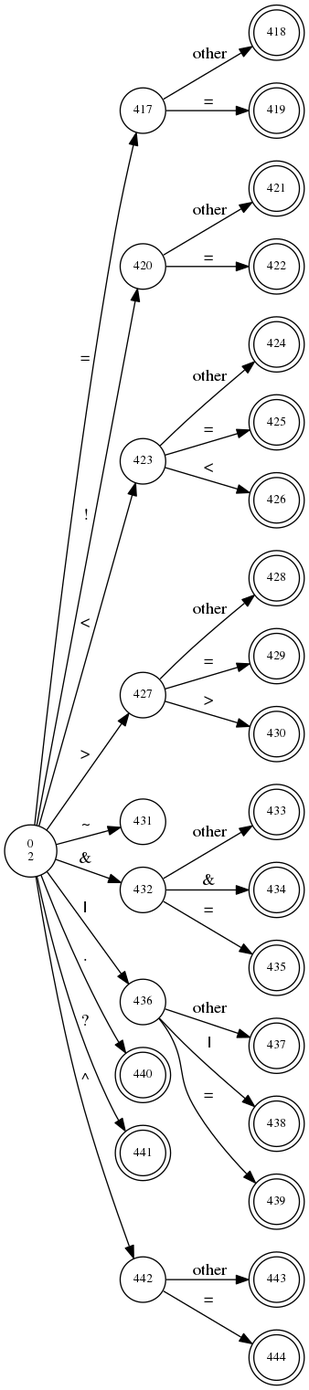
The Graphviz diagram doc/DFA/scaner.png in gmftbyGMFTBY/CCompilerInPython, before a commit. Its source is kept beside it as doc/DFA/scaner.gv. Source of this version:
```dot
digraph finit_state_machine {
    rankdir=LR;
    size="50,50";

    node [shape = circle, label = "0\n2", fontsize = 10]; 0;
    /*
    node [shape = circle, label = "1", fontsize = 10]; 1;
    node [shape = circle, label = "2", fontsize = 10]; 2;
    node [shape = circle, label = "3", fontsize = 10]; 3;
    node [shape = circle, label = "4", fontsize = 10]; 4;
    node [shape = circle, label = "5", fontsize = 10]; 5;
    node [shape = circle, label = "6", fontsize = 10]; 6;
    node [shape = doublecircle, label = "const_n", fontsize = 10]; 7;
    node [shape = circle, label = "8", fontsize = 10]; 8;
    node [shape = circle, label = "9", fontsize = 10]; 9;
    node [shape = circle, label = "10", fontsize = 10]; 10;
    node [shape = circle, label = "11", fontsize = 10]; 11;

    node [shape = circle, label = "12", fontsize = 10]; 12;
    node [shape = circle, label = "13", fontsize = 10]; 13;
    node [shape = doublecircle, label = "const_s", fontsize = 10]; 14;
    node [shape = circle, label = "15", fontsize = 10]; 15;
    node [shape = circle, label = "16", fontsize = 10]; 16;
    node [shape = doublecircle, label = "const_s", fontsize = 10]; 17
    */

    /*
    node [shape = doublecircle, label = "separate", fontsize = 10]; 200;  // ,
    */

    /*
    node [shape = circle, label = "400", fontsize = 10]; 400;       // +, ++, +=
    node [shape = doublecircle, label = "401", fontsize = 10]; 401;       // +
    node [shape = doublecircle, label = "402", fontsize = 10]; 402;       // ++
    node [shape = doublecircle, label = "403", fontsize = 10]; 403;       // +=

    node [shape = circle, label = "404", fontsize = 10]; 404;       // -, --, -=, ->
    node [shape = doublecircle, label = "405", fontsize = 10]; 405;       // -
    node [shape = doublecircle, label = "406", fontsize = 10]; 406;       // --
    node [shape = doublecircle, label = "407", fontsize = 10]; 407;       // -=

    node [shape = circle, label = "408", fontsize = 10]; 408;       // *, *=
    node [shape = doublecircle, label = "409", fontsize = 10]; 409;       // *
    node [shape = doublecircle, label = "410", fontsize = 10]; 410;       // *=

    node [shape = circle, label = "411", fontsize = 10]; 411;       // /, /=
    node [shape = doublecircle, label = "412", fontsize = 10]; 412;       // /
    node [shape = doublecircle, label = "413", fontsize = 10]; 413;       // /=

    node [shape = circle, label = "414", fontsize = 10]; 414;       // %, %=
    node [shape = doublecircle, label = "415", fontsize = 10]; 415;       // %
    node [shape = doublecircle, label = "416", fontsize = 10]; 416;       // %=
    */

    node [shape = circle, label = "417", fontsize = 10]; 417;       // =, ==
    node [shape = doublecircle, label = "418", fontsize = 10]; 418;       // =
    node [shape = doublecircle, label = "419", fontsize = 10]; 419;       // ==

    node [shape = circle, label = "420", fontsize = 10]; 420;       // !, !=
    node [shape = doublecircle, label = "421", fontsize = 10]; 421;       // !
    node [shape = doublecircle, label = "422", fontsize = 10]; 422;       // !=

    node [shape = circle, label = "423", fontsize = 10]; 423;       // <, <=, <<
    node [shape = doublecircle, label = "424", fontsize = 10]; 424;       // <
    node [shape = doublecircle, label = "425", fontsize = 10]; 425;       // <=
    node [shape = doublecircle, label = "426", fontsize = 10]; 426;       // <<

    node [shape = circle, label = "427", fontsize = 10]; 427;       // >, >=, >>
    node [shape = doublecircle, label = "428", fontsize = 10]; 428;       // >
    node [shape = doublecircle, label = "429", fontsize = 10]; 429;       // >=
    node [shape = doublecircle, label = "430", fontsize = 10]; 430;       // >>

    node [shape = circle, label = "431", fontsize = 10]; 431;       // ~

    node [shape = circle, label = "432", fontsize = 10]; 432;       // &, &&, &=
    node [shape = doublecircle, label = "433", fontsize = 10]; 433;       // &
    node [shape = doublecircle, label = "434", fontsize = 10]; 434;       // &&
    node [shape = doublecircle, label = "435", fontsize = 10]; 435;       // &=

    node [shape = circle, label = "436", fontsize = 10]; 436;       // |, ||, |=
    node [shape = doublecircle, label = "437", fontsize = 10]; 437;       // |
    node [shape = doublecircle, label = "438", fontsize = 10]; 438;       // ||
    node [shape = doublecircle, label = "439", fontsize = 10]; 439;       // |=

    node [shape = doublecircle, label = "440", fontsize = 10]; 440;       // .
    node [shape = doublecircle, label = "441", fontsize = 10]; 441;       // ?

    node [shape = circle, label = "442", fontsize = 10]; 442;       // ^, ^=
    node [shape = doublecircle, label = "443", fontsize = 10]; 443;       // ^
    node [shape = doublecircle, label = "444", fontsize = 10]; 444;       // ^=


    /*
    0       ->      400     [label="+"];
    400     ->      401     [label="other"];
    400     ->      402     [label="+"];
    400     ->      403     [label="="];
    0       ->      404     [label="-"];
    404     ->      405     [label="other"];
    404     ->      406     [label="-"];
    404     ->      407     [label="="];
    404     ->      445     [label=">"];
    0       ->      408     [label="*"];
    408     ->      409     [label="other"];
    408     ->      410     [label="="];
    0       ->      411     [label="/"];
    411     ->      412     [label="other"];
    411     ->      413     [label="="];
    0       ->      414     [label="%"];
    414     ->      415     [label="other"];
    414     ->      416     [label="="];
    */
    0       ->      417     [label="="];
    417     ->      418     [label="other"];
    417     ->      419     [label="="];
    0       ->      420     [label="!"];
    420     ->      421     [label="other"];
    420     ->      422     [label="="];
    0       ->      423     [label="<"];
    423     ->      424     [label="other"];
    423     ->      425     [label="="];
    423     ->      426     [label="<"];
    0       ->      427     [label=">"];
    427     ->      428     [label="other"];
    427     ->      429     [label="="];
    427     ->      430     [label=">"];
    0       ->      431     [label="~"];
    0       ->      432     [label="&"];
    432     ->      433     [label="other"];
    432     ->      434     [label="&"];
    432     ->      435     [label="="];
    0       ->      436     [label="|"];
    436     ->      437     [label="other"];
    436     ->      438     [label="|"];
    436     ->      439     [label="="];
    0       ->      440     [label="."];
    0       ->      441     [label="?"];
    0       ->      442     [label="^"];
    442     ->      443     [label="other"];
    442     ->      444     [label="="];

    /*
    node [shape = circle, label = "600", fontsize = 10]; 600;
    node [shape = doublecircle, label = "identifier", fontsize = 10]; 601;             //

    0       ->      600      [label="character,_"];
    600     ->      600      [label="character,digit,_"];
    600     ->      601      [label="other"];
    */

    /*
    0       ->      1       [label="not 0"];
    0       ->      8       [label="0"];
    1       ->      1       [label="digit"];
    1       ->      2       [label="."];
    1       ->      4       [label="e/E"];
    1       ->      7       [label="other_1"];
    2       ->      3       [label="digit"];
    2       ->      7       [label="digit"];
    3       ->      3       [label="digit"];
    3       ->      7       [label="other_1"];
    3       ->      4       [label="e/E"];
    4       ->      6       [label="digit"];
    4       ->      5       [label="+/-"];
    4       ->      7       [label="other_1"];
    5       ->      6       [label="digit"];
    6       ->      6       [label="digit"];
    6       ->      7       [label="other_1"];
    8       ->      1       [label="8,9"];
    8       ->      9       [label="0~7"];
    8       ->      10      [label="xX"];
    8       ->      7       [label="other_1"];
    8       ->      2       [label="."]
    9       ->      9       [label="0~7"];
    9       ->      1       [label="8,9"];
    9       ->      7       [label="other_1"];
    9       ->      2       [label="."];
    10      ->      11      [label="0~9A~Fa~f"];
    11      ->      11      [label="0~9A~Fa~f"];
    11      ->      7       [label="other_1"];

    0       ->      12      [label="s'"];
    12      ->      12      [label="not\nots'"];
    12      ->      13      [label="\\"];
    12      ->      14      [label="s'"]
    13      ->      12      [label="char"];

    0       ->      15      [label="s\""];
    15      ->      15      [label="not\nots\""];
    15      ->      16      [label="\\"];
    15      ->      17      [label="s\""];
    16      ->      15      [label="char"];

    0       ->      200    [label=",;white_space:.()[]{}"];
    */
}
```
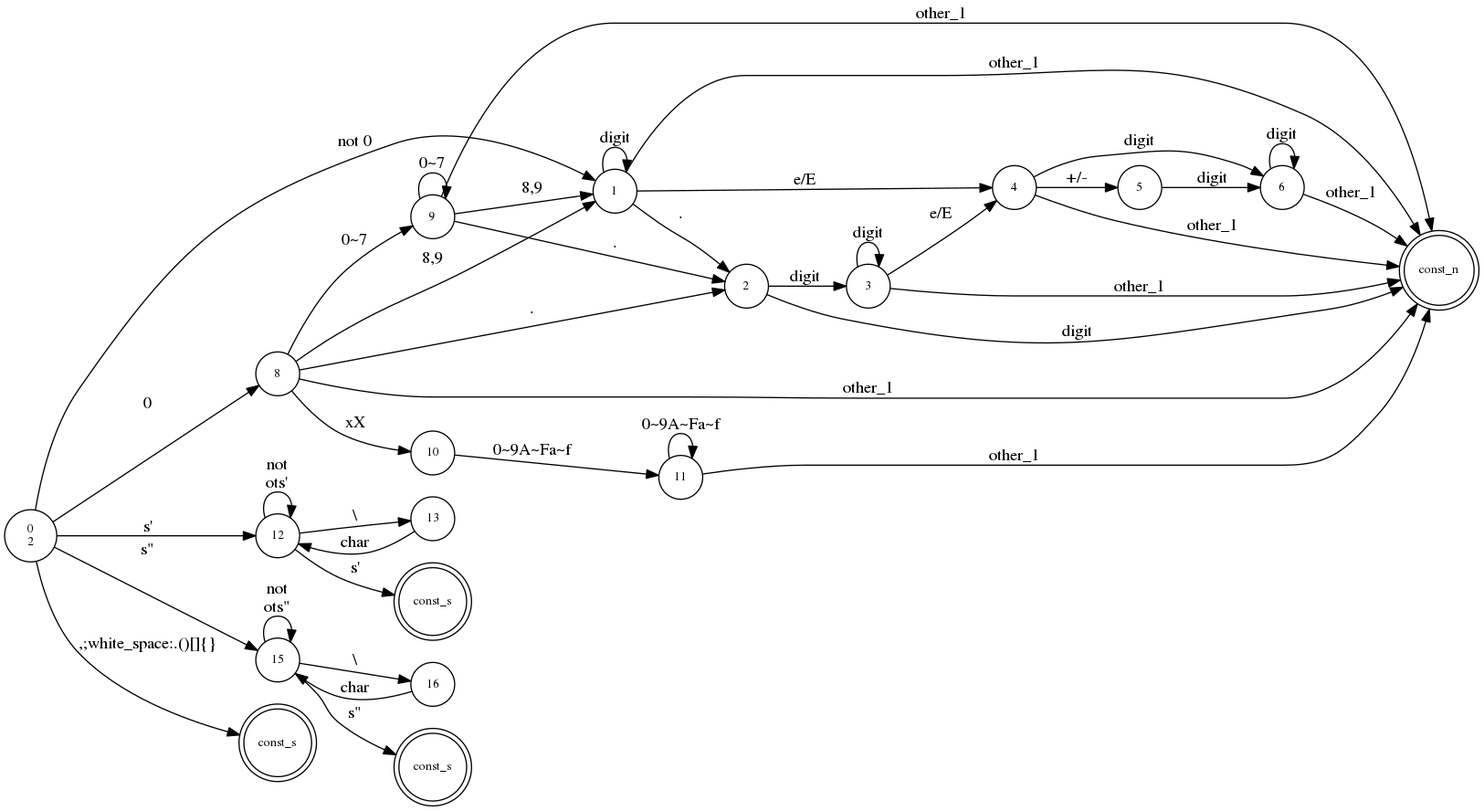
After the change.

Change to the diagram source:
```diff
@@ -3,7 +3,6 @@
     size="50,50";
 
     node [shape = circle, label = "0\n2", fontsize = 10]; 0;
-    /*
     node [shape = circle, label = "1", fontsize = 10]; 1;
     node [shape = circle, label = "2", fontsize = 10]; 2;
     node [shape = circle, label = "3", fontsize = 10]; 3;
@@ -22,7 +21,6 @@
     node [shape = circle, label = "15", fontsize = 10]; 15;
     node [shape = circle, label = "16", fontsize = 10]; 16;
     node [shape = doublecircle, label = "const_s", fontsize = 10]; 17
-    */
 
     /*
     node [shape = doublecircle, label = "separate", fontsize = 10]; 200;  // ,
@@ -50,7 +48,6 @@
     node [shape = circle, label = "414", fontsize = 10]; 414;       // %, %=
     node [shape = doublecircle, label = "415", fontsize = 10]; 415;       // %
     node [shape = doublecircle, label = "416", fontsize = 10]; 416;       // %=
-    */
 
     node [shape = circle, label = "417", fontsize = 10]; 417;       // =, ==
     node [shape = doublecircle, label = "418", fontsize = 10]; 418;       // =
@@ -88,6 +85,7 @@
     node [shape = circle, label = "442", fontsize = 10]; 442;       // ^, ^=
     node [shape = doublecircle, label = "443", fontsize = 10]; 443;       // ^
     node [shape = doublecircle, label = "444", fontsize = 10]; 444;       // ^=
+    */
 
 
     /*
@@ -109,7 +107,6 @@
     0       ->      414     [label="%"];
     414     ->      415     [label="other"];
     414     ->      416     [label="="];
-    */
     0       ->      417     [label="="];
     417     ->      418     [label="other"];
     417     ->      419     [label="="];
@@ -138,6 +135,7 @@
     0       ->      442     [label="^"];
     442     ->      443     [label="other"];
     442     ->      444     [label="="];
+    */
 
     /*
     node [shape = circle, label = "600", fontsize = 10]; 600;
@@ -148,7 +146,6 @@
     600     ->      601      [label="other"];
     */
 
-    /*
     0       ->      1       [label="not 0"];
     0       ->      8       [label="0"];
     1       ->      1       [label="digit"];
@@ -192,5 +189,4 @@
     16      ->      15      [label="char"];
 
     0       ->      200    [label=",;white_space:.()[]{}"];
-    */
 }
```
